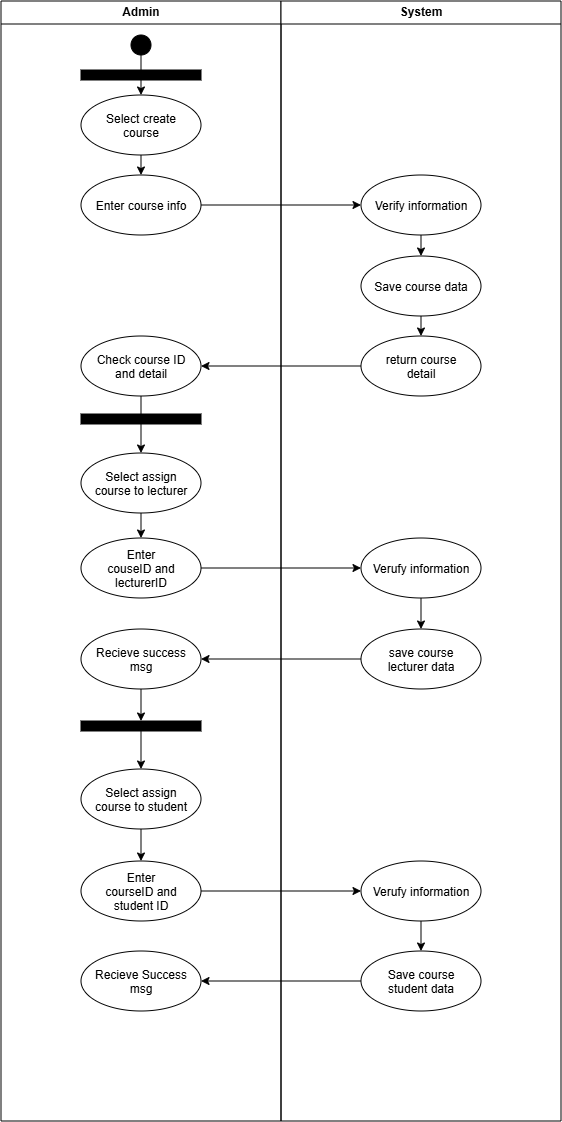
osy0602/pse keeps this draw.io diagram as week5/activity1/AD_admin.png. Above is the earlier version. Source tidied: cells renumbered, new cells last; positions are measured from the earlier drawing's top-left corner, leaving out a move shared by most shapes. Source of this version:
```xml
<mxGraphModel>
  <root>
    <mxCell id="0" />
    <mxCell id="1" parent="0" />
    <mxCell id="2" value="Admin" style="swimlane;whiteSpace=wrap;html=1;" parent="1" vertex="1">
      <mxGeometry width="280" height="1120" as="geometry" />
    </mxCell>
    <mxCell id="3" style="edgeStyle=none;rounded=0;jettySize=auto;html=1;" parent="2" edge="1" source="4" target="8">
      <mxGeometry relative="1" as="geometry" />
    </mxCell>
    <mxCell id="4" value="Select create course" style="ellipse;whiteSpace=wrap;html=1;shapeInside=1;" parent="2" vertex="1">
      <mxGeometry x="80" y="94" width="120" height="60" as="geometry" />
    </mxCell>
    <mxCell id="5" style="edgeStyle=none;rounded=0;jettySize=auto;html=1;exitX=0.5;exitY=1;exitDx=0;exitDy=0;entryX=0.5;entryY=0;entryDx=0;entryDy=0;" parent="2" edge="1" source="6" target="4">
      <mxGeometry relative="1" as="geometry" />
    </mxCell>
    <mxCell id="6" style="ellipse;whiteSpace=wrap;html=1;shapeInside=1;fillColor=#000000;" parent="2" vertex="1">
      <mxGeometry x="130" y="34" width="20" height="20" as="geometry" />
    </mxCell>
    <mxCell id="7" style="rounded=0;whiteSpace=wrap;html=1;fillColor=#000000;" parent="2" vertex="1">
      <mxGeometry x="80" y="69" width="120" height="10" as="geometry" />
    </mxCell>
    <mxCell id="8" value="Enter course info" style="ellipse;whiteSpace=wrap;html=1;shapeInside=1;" parent="2" vertex="1">
      <mxGeometry x="80" y="174" width="120" height="60" as="geometry" />
    </mxCell>
    <mxCell id="9" style="edgeStyle=none;rounded=0;jettySize=auto;html=1;" parent="2" edge="1" source="10" target="12">
      <mxGeometry relative="1" as="geometry" />
    </mxCell>
    <mxCell id="10" value="Check course ID and detail" style="ellipse;whiteSpace=wrap;html=1;shapeInside=1;" parent="2" vertex="1">
      <mxGeometry x="80" y="335" width="120" height="60" as="geometry" />
    </mxCell>
    <mxCell id="11" style="edgeStyle=none;rounded=0;jettySize=auto;html=1;" parent="2" edge="1" source="12" target="14">
      <mxGeometry relative="1" as="geometry" />
    </mxCell>
    <mxCell id="12" value="Select assign course to lecturer" style="ellipse;whiteSpace=wrap;html=1;shapeInside=1;" parent="2" vertex="1">
      <mxGeometry x="80" y="452" width="120" height="60" as="geometry" />
    </mxCell>
    <mxCell id="13" style="rounded=0;whiteSpace=wrap;html=1;fillColor=#000000;" parent="2" vertex="1">
      <mxGeometry x="80" y="413" width="120" height="10" as="geometry" />
    </mxCell>
    <mxCell id="14" value="Enter couseID and lecturerID" style="ellipse;whiteSpace=wrap;html=1;shapeInside=1;" parent="2" vertex="1">
      <mxGeometry x="80" y="537" width="120" height="60" as="geometry" />
    </mxCell>
    <mxCell id="15" style="edgeStyle=none;rounded=0;jettySize=auto;html=1;" parent="2" edge="1" source="20" target="18">
      <mxGeometry relative="1" as="geometry" />
    </mxCell>
    <mxCell id="16" value="Recieve success msg" style="ellipse;whiteSpace=wrap;html=1;shapeInside=1;" parent="2" vertex="1">
      <mxGeometry x="80" y="628" width="120" height="60" as="geometry" />
    </mxCell>
    <mxCell id="17" style="edgeStyle=none;rounded=0;jettySize=auto;html=1;" parent="2" edge="1" source="18" target="19">
      <mxGeometry relative="1" as="geometry" />
    </mxCell>
    <mxCell id="18" value="Select assign course to student" style="ellipse;whiteSpace=wrap;html=1;shapeInside=1;" parent="2" vertex="1">
      <mxGeometry x="80" y="768" width="120" height="60" as="geometry" />
    </mxCell>
    <mxCell id="19" value="Enter courseID and student ID" style="ellipse;whiteSpace=wrap;html=1;shapeInside=1;" parent="2" vertex="1">
      <mxGeometry x="80" y="860" width="120" height="60" as="geometry" />
    </mxCell>
    <mxCell id="20" style="rounded=0;whiteSpace=wrap;html=1;fillColor=#000000;" parent="2" vertex="1">
      <mxGeometry x="80" y="720" width="120" height="10" as="geometry" />
    </mxCell>
    <mxCell id="21" style="edgeStyle=none;rounded=0;jettySize=auto;html=1;" parent="2" edge="1" source="16" target="20">
      <mxGeometry relative="1" as="geometry" />
    </mxCell>
    <mxCell id="22" value="Recieve Success msg" style="ellipse;whiteSpace=wrap;html=1;shapeInside=1;" parent="2" vertex="1">
      <mxGeometry x="80" y="950" width="120" height="60" as="geometry" />
    </mxCell>
    <mxCell id="23" value="System" style="swimlane;whiteSpace=wrap;html=1;" parent="1" vertex="1">
      <mxGeometry x="280" width="280" height="1120" as="geometry" />
    </mxCell>
    <mxCell id="24" style="edgeStyle=none;rounded=0;jettySize=auto;html=1;" parent="23" edge="1" source="25" target="27">
      <mxGeometry relative="1" as="geometry" />
    </mxCell>
    <mxCell id="25" value="Verify information" style="ellipse;whiteSpace=wrap;html=1;shapeInside=1;" parent="23" vertex="1">
      <mxGeometry x="80" y="174" width="120" height="60" as="geometry" />
    </mxCell>
    <mxCell id="26" style="edgeStyle=none;rounded=0;jettySize=auto;html=1;" parent="23" edge="1" source="27" target="28">
      <mxGeometry relative="1" as="geometry" />
    </mxCell>
    <mxCell id="27" value="Save course data" style="ellipse;whiteSpace=wrap;html=1;shapeInside=1;" parent="23" vertex="1">
      <mxGeometry x="80" y="255" width="120" height="60" as="geometry" />
    </mxCell>
    <mxCell id="28" value="return course detail" style="ellipse;whiteSpace=wrap;html=1;shapeInside=1;" parent="23" vertex="1">
      <mxGeometry x="80" y="335" width="120" height="60" as="geometry" />
    </mxCell>
    <mxCell id="29" style="edgeStyle=none;rounded=0;jettySize=auto;html=1;" parent="23" edge="1" source="30" target="31">
      <mxGeometry relative="1" as="geometry" />
    </mxCell>
    <mxCell id="30" value="Verufy information" style="ellipse;whiteSpace=wrap;html=1;shapeInside=1;" parent="23" vertex="1">
      <mxGeometry x="80" y="537" width="120" height="60" as="geometry" />
    </mxCell>
    <mxCell id="31" value="save course lecturer data" style="ellipse;whiteSpace=wrap;html=1;shapeInside=1;" parent="23" vertex="1">
      <mxGeometry x="80" y="628" width="120" height="60" as="geometry" />
    </mxCell>
    <mxCell id="32" style="edgeStyle=none;rounded=0;jettySize=auto;html=1;" parent="23" edge="1" source="33" target="34">
      <mxGeometry relative="1" as="geometry" />
    </mxCell>
    <mxCell id="33" value="Verufy information" style="ellipse;whiteSpace=wrap;html=1;shapeInside=1;" parent="23" vertex="1">
      <mxGeometry x="80" y="860" width="120" height="60" as="geometry" />
    </mxCell>
    <mxCell id="34" value="Save course student data" style="ellipse;whiteSpace=wrap;html=1;shapeInside=1;" parent="23" vertex="1">
      <mxGeometry x="80" y="950" width="120" height="60" as="geometry" />
    </mxCell>
    <mxCell id="35" style="edgeStyle=none;rounded=0;jettySize=auto;html=1;" parent="1" edge="1" source="28" target="10">
      <mxGeometry relative="1" as="geometry" />
    </mxCell>
    <mxCell id="36" style="edgeStyle=none;rounded=0;jettySize=auto;html=1;exitX=1;exitY=0.5;exitDx=0;exitDy=0;entryX=0;entryY=0.5;entryDx=0;entryDy=0;" parent="1" edge="1" source="8" target="25">
      <mxGeometry relative="1" as="geometry" />
    </mxCell>
    <mxCell id="37" style="edgeStyle=none;rounded=0;jettySize=auto;html=1;" parent="1" edge="1" source="14" target="30">
      <mxGeometry relative="1" as="geometry" />
    </mxCell>
    <mxCell id="38" style="edgeStyle=none;rounded=0;jettySize=auto;html=1;" parent="1" edge="1" source="31" target="16">
      <mxGeometry relative="1" as="geometry" />
    </mxCell>
    <mxCell id="39" style="edgeStyle=none;rounded=0;jettySize=auto;html=1;exitX=1;exitY=0.5;exitDx=0;exitDy=0;" parent="1" edge="1" source="19" target="33">
      <mxGeometry relative="1" as="geometry" />
    </mxCell>
    <mxCell id="40" style="edgeStyle=none;rounded=0;jettySize=auto;html=1;" parent="1" edge="1" source="34" target="22">
      <mxGeometry relative="1" as="geometry" />
    </mxCell>
  </root>
</mxGraphModel>
```
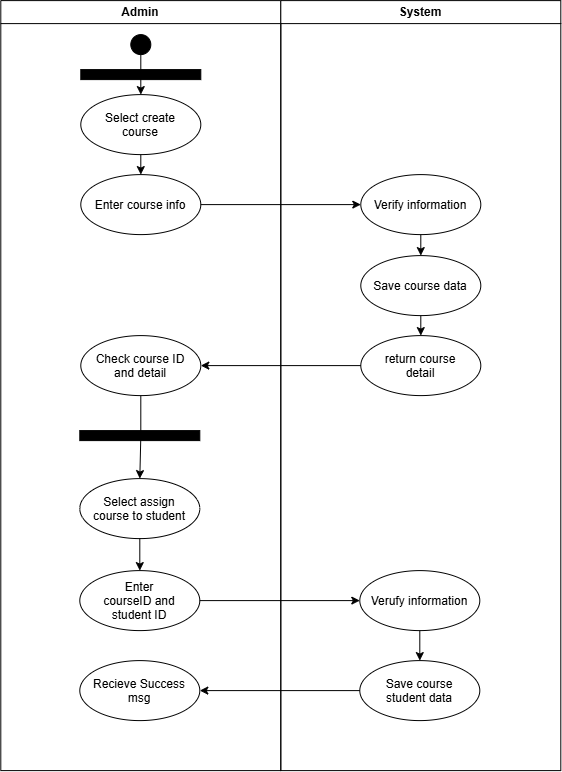
After the commit.

The edit, as a diff of the source:
```diff
@@ -3,7 +3,7 @@
     <mxCell id="0" />
     <mxCell id="1" parent="0" />
     <mxCell id="2" value="Admin" style="swimlane;whiteSpace=wrap;html=1;" parent="1" vertex="1">
-      <mxGeometry width="280" height="1120" as="geometry" />
+      <mxGeometry width="280" height="770" as="geometry" />
     </mxCell>
     <mxCell id="3" style="edgeStyle=none;rounded=0;jettySize=auto;html=1;" parent="2" edge="1" source="4" target="8">
       <mxGeometry relative="1" as="geometry" />
@@ -23,50 +23,44 @@
     <mxCell id="8" value="Enter course info" style="ellipse;whiteSpace=wrap;html=1;shapeInside=1;" parent="2" vertex="1">
       <mxGeometry x="80" y="174" width="120" height="60" as="geometry" />
     </mxCell>
-    <mxCell id="9" style="edgeStyle=none;rounded=0;jettySize=auto;html=1;" parent="2" edge="1" source="10" target="12">
-      <mxGeometry relative="1" as="geometry" />
-    </mxCell>
+    <mxCell id="41" style="edgeStyle=orthogonalEdgeStyle;rounded=0;jettySize=auto;html=1;exitX=0.5;exitY=1;exitDx=0;exitDy=0;entryX=0.5;entryY=0;entryDx=0;entryDy=0;" parent="2" edge="1" source="10" target="18">
+      <mxGeometry relative="1" as="geometry" />
+    </mxCell>
     <mxCell id="10" value="Check course ID and detail" style="ellipse;whiteSpace=wrap;html=1;shapeInside=1;" parent="2" vertex="1">
       <mxGeometry x="80" y="335" width="120" height="60" as="geometry" />
     </mxCell>
-    <mxCell id="11" style="edgeStyle=none;rounded=0;jettySize=auto;html=1;" parent="2" edge="1" source="12" target="14">
-      <mxGeometry relative="1" as="geometry" />
-    </mxCell>
-    <mxCell id="12" value="Select assign course to lecturer" style="ellipse;whiteSpace=wrap;html=1;shapeInside=1;" parent="2" vertex="1">
-      <mxGeometry x="80" y="452" width="120" height="60" as="geometry" />
-    </mxCell>
-    <mxCell id="13" style="rounded=0;whiteSpace=wrap;html=1;fillColor=#000000;" parent="2" vertex="1">
-      <mxGeometry x="80" y="413" width="120" height="10" as="geometry" />
-    </mxCell>
-    <mxCell id="14" value="Enter couseID and lecturerID" style="ellipse;whiteSpace=wrap;html=1;shapeInside=1;" parent="2" vertex="1">
-      <mxGeometry x="80" y="537" width="120" height="60" as="geometry" />
-    </mxCell>
-    <mxCell id="15" style="edgeStyle=none;rounded=0;jettySize=auto;html=1;" parent="2" edge="1" source="20" target="18">
-      <mxGeometry relative="1" as="geometry" />
-    </mxCell>
-    <mxCell id="16" value="Recieve success msg" style="ellipse;whiteSpace=wrap;html=1;shapeInside=1;" parent="2" vertex="1">
-      <mxGeometry x="80" y="628" width="120" height="60" as="geometry" />
-    </mxCell>
     <mxCell id="17" style="edgeStyle=none;rounded=0;jettySize=auto;html=1;" parent="2" edge="1" source="18" target="19">
       <mxGeometry relative="1" as="geometry" />
     </mxCell>
     <mxCell id="18" value="Select assign course to student" style="ellipse;whiteSpace=wrap;html=1;shapeInside=1;" parent="2" vertex="1">
-      <mxGeometry x="80" y="768" width="120" height="60" as="geometry" />
+      <mxGeometry x="79" y="478" width="120" height="60" as="geometry" />
     </mxCell>
     <mxCell id="19" value="Enter courseID and student ID" style="ellipse;whiteSpace=wrap;html=1;shapeInside=1;" parent="2" vertex="1">
-      <mxGeometry x="80" y="860" width="120" height="60" as="geometry" />
+      <mxGeometry x="79" y="570" width="120" height="60" as="geometry" />
     </mxCell>
     <mxCell id="20" style="rounded=0;whiteSpace=wrap;html=1;fillColor=#000000;" parent="2" vertex="1">
-      <mxGeometry x="80" y="720" width="120" height="10" as="geometry" />
+      <mxGeometry x="79" y="430" width="120" height="10" as="geometry" />
     </mxCell>
-    <mxCell id="21" style="edgeStyle=none;rounded=0;jettySize=auto;html=1;" parent="2" edge="1" source="16" target="20">
-      <mxGeometry relative="1" as="geometry" />
-    </mxCell>
     <mxCell id="22" value="Recieve Success msg" style="ellipse;whiteSpace=wrap;html=1;shapeInside=1;" parent="2" vertex="1">
-      <mxGeometry x="80" y="950" width="120" height="60" as="geometry" />
+      <mxGeometry x="79" y="660" width="120" height="60" as="geometry" />
     </mxCell>
+    <mxCell id="32" style="edgeStyle=none;rounded=0;jettySize=auto;html=1;" parent="2" edge="1" source="33" target="34">
+      <mxGeometry relative="1" as="geometry" />
+    </mxCell>
+    <mxCell id="33" value="Verufy information" style="ellipse;whiteSpace=wrap;html=1;shapeInside=1;" parent="2" vertex="1">
+      <mxGeometry x="359" y="570" width="120" height="60" as="geometry" />
+    </mxCell>
+    <mxCell id="34" value="Save course student data" style="ellipse;whiteSpace=wrap;html=1;shapeInside=1;" parent="2" vertex="1">
+      <mxGeometry x="359" y="660" width="120" height="60" as="geometry" />
+    </mxCell>
+    <mxCell id="39" style="edgeStyle=none;rounded=0;jettySize=auto;html=1;exitX=1;exitY=0.5;exitDx=0;exitDy=0;" parent="2" edge="1" source="19" target="33">
+      <mxGeometry relative="1" as="geometry" />
+    </mxCell>
+    <mxCell id="40" style="edgeStyle=none;rounded=0;jettySize=auto;html=1;" parent="2" edge="1" source="34" target="22">
+      <mxGeometry relative="1" as="geometry" />
+    </mxCell>
     <mxCell id="23" value="System" style="swimlane;whiteSpace=wrap;html=1;" parent="1" vertex="1">
-      <mxGeometry x="280" width="280" height="1120" as="geometry" />
+      <mxGeometry x="280" width="280" height="770" as="geometry" />
     </mxCell>
     <mxCell id="24" style="edgeStyle=none;rounded=0;jettySize=auto;html=1;" parent="23" edge="1" source="25" target="27">
       <mxGeometry relative="1" as="geometry" />
@@ -83,41 +77,11 @@
     <mxCell id="28" value="return course detail" style="ellipse;whiteSpace=wrap;html=1;shapeInside=1;" parent="23" vertex="1">
       <mxGeometry x="80" y="335" width="120" height="60" as="geometry" />
     </mxCell>
-    <mxCell id="29" style="edgeStyle=none;rounded=0;jettySize=auto;html=1;" parent="23" edge="1" source="30" target="31">
-      <mxGeometry relative="1" as="geometry" />
-    </mxCell>
-    <mxCell id="30" value="Verufy information" style="ellipse;whiteSpace=wrap;html=1;shapeInside=1;" parent="23" vertex="1">
-      <mxGeometry x="80" y="537" width="120" height="60" as="geometry" />
-    </mxCell>
-    <mxCell id="31" value="save course lecturer data" style="ellipse;whiteSpace=wrap;html=1;shapeInside=1;" parent="23" vertex="1">
-      <mxGeometry x="80" y="628" width="120" height="60" as="geometry" />
-    </mxCell>
-    <mxCell id="32" style="edgeStyle=none;rounded=0;jettySize=auto;html=1;" parent="23" edge="1" source="33" target="34">
-      <mxGeometry relative="1" as="geometry" />
-    </mxCell>
-    <mxCell id="33" value="Verufy information" style="ellipse;whiteSpace=wrap;html=1;shapeInside=1;" parent="23" vertex="1">
-      <mxGeometry x="80" y="860" width="120" height="60" as="geometry" />
-    </mxCell>
-    <mxCell id="34" value="Save course student data" style="ellipse;whiteSpace=wrap;html=1;shapeInside=1;" parent="23" vertex="1">
-      <mxGeometry x="80" y="950" width="120" height="60" as="geometry" />
-    </mxCell>
     <mxCell id="35" style="edgeStyle=none;rounded=0;jettySize=auto;html=1;" parent="1" edge="1" source="28" target="10">
       <mxGeometry relative="1" as="geometry" />
     </mxCell>
     <mxCell id="36" style="edgeStyle=none;rounded=0;jettySize=auto;html=1;exitX=1;exitY=0.5;exitDx=0;exitDy=0;entryX=0;entryY=0.5;entryDx=0;entryDy=0;" parent="1" edge="1" source="8" target="25">
       <mxGeometry relative="1" as="geometry" />
     </mxCell>
-    <mxCell id="37" style="edgeStyle=none;rounded=0;jettySize=auto;html=1;" parent="1" edge="1" source="14" target="30">
-      <mxGeometry relative="1" as="geometry" />
-    </mxCell>
-    <mxCell id="38" style="edgeStyle=none;rounded=0;jettySize=auto;html=1;" parent="1" edge="1" source="31" target="16">
-      <mxGeometry relative="1" as="geometry" />
-    </mxCell>
-    <mxCell id="39" style="edgeStyle=none;rounded=0;jettySize=auto;html=1;exitX=1;exitY=0.5;exitDx=0;exitDy=0;" parent="1" edge="1" source="19" target="33">
-      <mxGeometry relative="1" as="geometry" />
-    </mxCell>
-    <mxCell id="40" style="edgeStyle=none;rounded=0;jettySize=auto;html=1;" parent="1" edge="1" source="34" target="22">
-      <mxGeometry relative="1" as="geometry" />
-    </mxCell>
   </root>
 </mxGraphModel>
```
